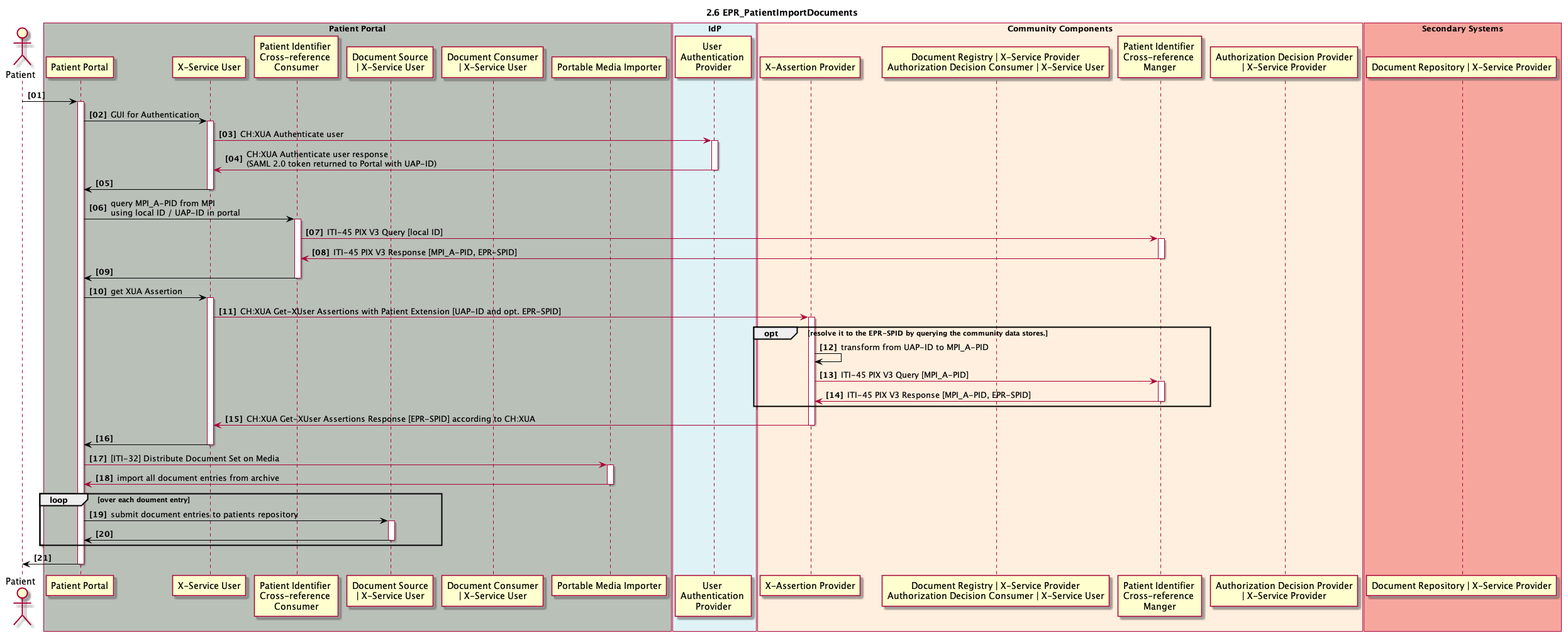
Above: 2_06_EPR_PatientImportDocuments.plantuml.png in ahdis/ch-epr-seqdiag (PlantUML), before the change.
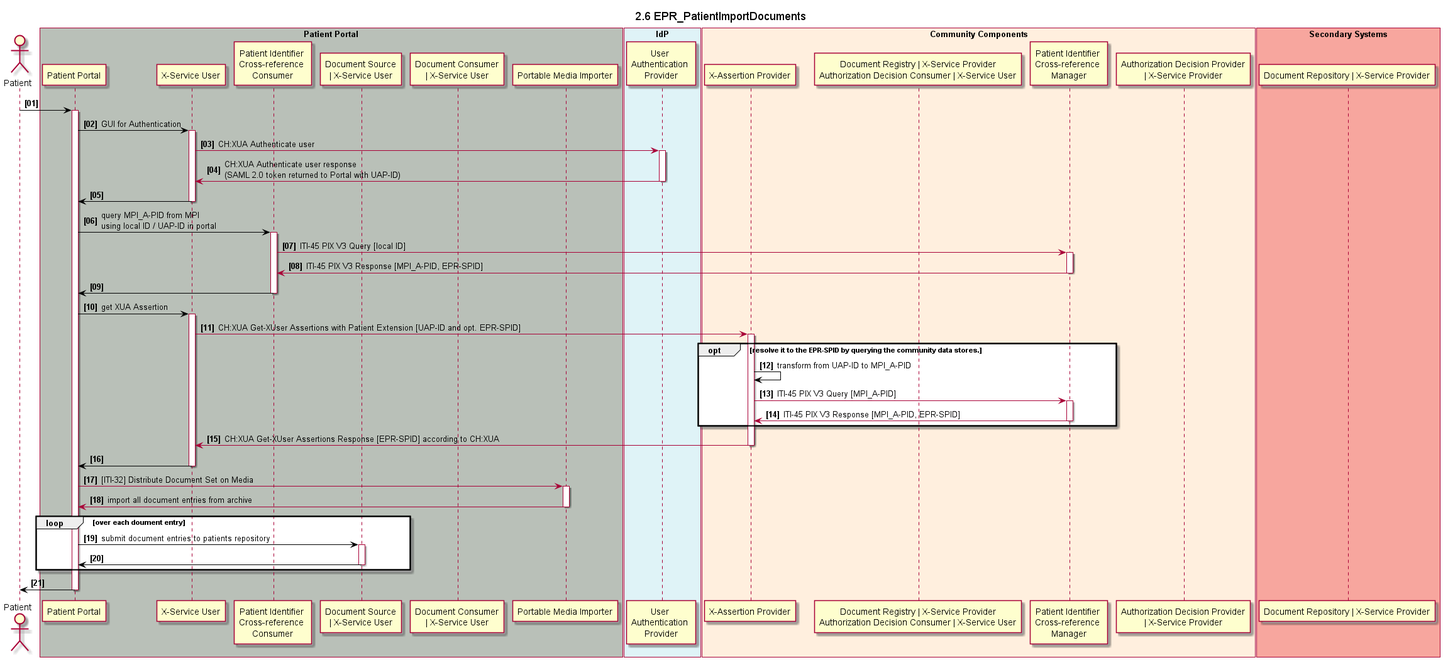
After the commit.

Diff of the diagram source:
```diff
@@ -1,6 +1,5 @@
 @startuml
-skinparam Padding 1
-autonumber 1 1 "<b>[00]"
+!include design.plantuml.txt
 title 2.6 EPR_PatientImportDocuments
 
 actor patient as "Patient"
@@ -21,7 +20,7 @@
 box "Community Components" #FFEFDE
 	participant cc_x_assertion_provider as "X-Assertion Provider"
 	participant cc_doc_registry as "Document Registry | X-Service Provider\nAuthorization Decision Consumer | X-Service User"
-	participant cc_mpi_x_ref_manager as "Patient Identifier \nCross-reference \nManger"
+	participant cc_mpi_x_ref_manager as "Patient Identifier \nCross-reference \nManager"
     participant cc_adp as "Authorization Decision Provider\n| X-Service Provider"
 end box
 
@@ -32,39 +31,11 @@
 patient -[#black]> pp_gui
 activate pp_gui
 
-pp_gui -[#black]> pp_x_service_user : GUI for Authentication
-activate pp_x_service_user
-pp_x_service_user -> idp_user_authentication_provider : CH:XUA Authenticate user
-activate idp_user_authentication_provider
-pp_x_service_user <- idp_user_authentication_provider : CH:XUA Authenticate user response \n(SAML 2.0 token returned to Portal with UAP-ID)
-deactivate idp_user_authentication_provider
-pp_gui <[#black]- pp_x_service_user
-deactivate pp_x_service_user
+!include_many step_pp_gui_saml.plantuml.txt
 
-pp_gui -[#black]> pp_pix_x_ref_consumer: query MPI_A-PID from MPI\nusing local ID / UAP-ID in portal
-activate pp_pix_x_ref_consumer
-pp_pix_x_ref_consumer -> cc_mpi_x_ref_manager: ITI-45 PIX V3 Query [local ID]
-activate cc_mpi_x_ref_manager
-pp_pix_x_ref_consumer <- cc_mpi_x_ref_manager: ITI-45 PIX V3 Response [MPI_A-PID, EPR-SPID]
-deactivate cc_mpi_x_ref_manager
-pp_gui <[#black]- pp_pix_x_ref_consumer
-deactivate pp_pix_x_ref_consumer
+!include step_pp_pix.plantuml.txt
 
-pp_gui -[#black]> pp_x_service_user : get XUA Assertion
-activate pp_x_service_user
-pp_x_service_user -> cc_x_assertion_provider: CH:XUA Get-XUser Assertions with Patient Extension [UAP-ID and opt. EPR-SPID]
-activate cc_x_assertion_provider
-opt resolve it to the EPR-SPID by querying the community data stores.
-cc_x_assertion_provider -[#black]> cc_x_assertion_provider: transform from UAP-ID to MPI_A-PID
-cc_x_assertion_provider -> cc_mpi_x_ref_manager: ITI-45 PIX V3 Query [MPI_A-PID]
-activate cc_mpi_x_ref_manager
-cc_x_assertion_provider <- cc_mpi_x_ref_manager: ITI-45 PIX V3 Response [MPI_A-PID, EPR-SPID]
-deactivate cc_mpi_x_ref_manager
-end
-pp_x_service_user <- cc_x_assertion_provider: CH:XUA Get-XUser Assertions Response [EPR-SPID] according to CH:XUA
-deactivate cc_x_assertion_provider
-pp_gui <[#black]- pp_x_service_user
-deactivate pp_x_service_user
+!include_many step_pp_xua.plantuml.txt
 
 pp_gui -> pp_pmi: [ITI-32] Distribute Document Set on Media
 activate pp_pmi
```
